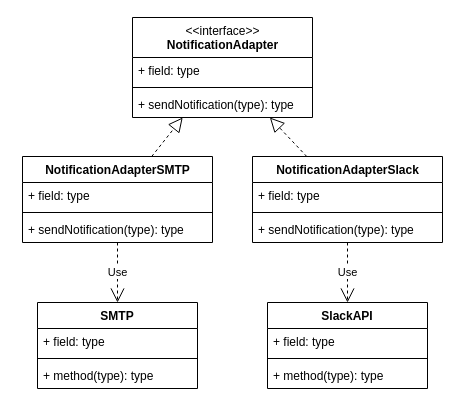
Earlier version of the draw.io diagram page "NotificationAdapterPattern" (6 of 9) of docs/uml_avansdevops.drawio (L-Mustang/avansdevops). Source tidied: cells renumbered, new cells numbered last; positions are measured from the earlier drawing's top-left corner, leaving out a move shared by most shapes. Both pictures are drawn from the tidied source at 100%, with x=0, y=0 at pixel (22, 17).
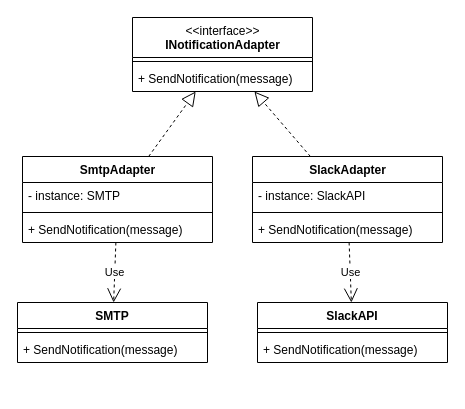
The same page after the edit.

What changed in the source:
```diff
@@
     <mxCell id="2" value="SMTP" style="swimlane;fontStyle=1;align=center;verticalAlign=top;horizontal=1;startSize=26;" parent="1" vertex="1">
-      <mxGeometry x="15" y="285" width="160" height="86" as="geometry" />
+      <mxGeometry x="-5" y="285" width="190" height="60" as="geometry" />
     </mxCell>
-    <mxCell id="3" value="+ field: type" style="text;strokeColor=none;fillColor=none;align=left;verticalAlign=top;spacingLeft=4;spacingRight=4;overflow=hidden;" parent="2" vertex="1">
-      <mxGeometry y="26" width="160" height="26" as="geometry" />
-    </mxCell>
     <mxCell id="4" style="line;strokeWidth=1;fillColor=none;align=left;verticalAlign=middle;spacingTop=-1;spacingLeft=3;spacingRight=3;labelPosition=right;" parent="2" vertex="1">
-      <mxGeometry y="52" width="160" height="8" as="geometry" />
+      <mxGeometry y="26" width="190" height="8" as="geometry" />
     </mxCell>
-    <mxCell id="5" value="+ method(type): type" style="text;strokeColor=none;fillColor=none;align=left;verticalAlign=top;spacingLeft=4;spacingRight=4;overflow=hidden;" parent="2" vertex="1">
-      <mxGeometry y="60" width="160" height="26" as="geometry" />
+    <mxCell id="5" value="+ SendNotification(message)" style="text;strokeColor=none;fillColor=none;align=left;verticalAlign=top;spacingLeft=4;spacingRight=4;overflow=hidden;" parent="2" vertex="1">
+      <mxGeometry y="34" width="190" height="26" as="geometry" />
     </mxCell>
     <mxCell id="6" value="SlackAPI" style="swimlane;fontStyle=1;align=center;verticalAlign=top;horizontal=1;startSize=26;" parent="1" vertex="1">
-      <mxGeometry x="245" y="285" width="160" height="86" as="geometry" />
+      <mxGeometry x="235" y="285" width="190" height="60" as="geometry" />
     </mxCell>
-    <mxCell id="7" value="+ field: type" style="text;strokeColor=none;fillColor=none;align=left;verticalAlign=top;spacingLeft=4;spacingRight=4;overflow=hidden;" parent="6" vertex="1">
-      <mxGeometry y="26" width="160" height="26" as="geometry" />
-    </mxCell>
     <mxCell id="8" style="line;strokeWidth=1;fillColor=none;align=left;verticalAlign=middle;spacingTop=-1;spacingLeft=3;spacingRight=3;labelPosition=right;" parent="6" vertex="1">
-      <mxGeometry y="52" width="160" height="8" as="geometry" />
+      <mxGeometry y="26" width="190" height="8" as="geometry" />
     </mxCell>
-    <mxCell id="9" value="+ method(type): type" style="text;strokeColor=none;fillColor=none;align=left;verticalAlign=top;spacingLeft=4;spacingRight=4;overflow=hidden;" parent="6" vertex="1">
-      <mxGeometry y="60" width="160" height="26" as="geometry" />
+    <mxCell id="9" value="+ SendNotification(message)" style="text;strokeColor=none;fillColor=none;align=left;verticalAlign=top;spacingLeft=4;spacingRight=4;overflow=hidden;" parent="6" vertex="1">
+      <mxGeometry y="34" width="190" height="26" as="geometry" />
     </mxCell>
-    <mxCell id="10" value="&lt;span style=&quot;font-weight: normal&quot;&gt;&amp;lt;&amp;lt;interface&amp;gt;&amp;gt;&lt;br&gt;&lt;/span&gt;NotificationAdapter" style="swimlane;fontStyle=1;align=center;verticalAlign=top;horizontal=1;startSize=40;html=1;" parent="1" vertex="1">
-      <mxGeometry x="110" width="180" height="100" as="geometry" />
+    <mxCell id="10" value="&lt;span style=&quot;font-weight: normal&quot;&gt;&amp;lt;&amp;lt;interface&amp;gt;&amp;gt;&lt;br&gt;&lt;/span&gt;INotificationAdapter" style="swimlane;fontStyle=1;align=center;verticalAlign=top;horizontal=1;startSize=40;html=1;" parent="1" vertex="1">
+      <mxGeometry x="110" width="180" height="74" as="geometry" />
     </mxCell>
-    <mxCell id="11" value="+ field: type" style="text;strokeColor=none;fillColor=none;align=left;verticalAlign=top;spacingLeft=4;spacingRight=4;overflow=hidden;" parent="10" vertex="1">
-      <mxGeometry y="40" width="180" height="26" as="geometry" />
-    </mxCell>
     <mxCell id="12" style="line;strokeWidth=1;fillColor=none;align=left;verticalAlign=middle;spacingTop=-1;spacingLeft=3;spacingRight=3;labelPosition=right;" parent="10" vertex="1">
-      <mxGeometry y="66" width="180" height="8" as="geometry" />
+      <mxGeometry y="40" width="180" height="8" as="geometry" />
     </mxCell>
-    <mxCell id="13" value="+ sendNotification(type): type" style="text;strokeColor=none;fillColor=none;align=left;verticalAlign=top;spacingLeft=4;spacingRight=4;overflow=hidden;" parent="10" vertex="1">
-      <mxGeometry y="74" width="180" height="26" as="geometry" />
+    <mxCell id="13" value="+ SendNotification(message)" style="text;strokeColor=none;fillColor=none;align=left;verticalAlign=top;spacingLeft=4;spacingRight=4;overflow=hidden;" parent="10" vertex="1">
+      <mxGeometry y="48" width="180" height="26" as="geometry" />
     </mxCell>
-    <mxCell id="14" value="NotificationAdapterSlack" style="swimlane;fontStyle=1;align=center;verticalAlign=top;horizontal=1;startSize=26;html=1;" parent="1" vertex="1">
+    <mxCell id="14" value="SlackAdapter" style="swimlane;fontStyle=1;align=center;verticalAlign=top;horizontal=1;startSize=26;html=1;" parent="1" vertex="1">
       <mxGeometry x="230" y="139" width="190" height="86" as="geometry" />
     </mxCell>
-    <mxCell id="15" value="+ field: type" style="text;strokeColor=none;fillColor=none;align=left;verticalAlign=top;spacingLeft=4;spacingRight=4;overflow=hidden;html=1;" parent="14" vertex="1">
+    <mxCell id="15" value="- instance: SlackAPI" style="text;strokeColor=none;fillColor=none;align=left;verticalAlign=top;spacingLeft=4;spacingRight=4;overflow=hidden;html=1;" parent="14" vertex="1">
       <mxGeometry y="26" width="190" height="26" as="geometry" />
     </mxCell>
@@
-    <mxCell id="17" value="+ sendNotification(type): type" style="text;strokeColor=none;fillColor=none;align=left;verticalAlign=top;spacingLeft=4;spacingRight=4;overflow=hidden;html=1;" parent="14" vertex="1">
+    <mxCell id="17" value="+ SendNotification(message)" style="text;strokeColor=none;fillColor=none;align=left;verticalAlign=top;spacingLeft=4;spacingRight=4;overflow=hidden;html=1;" parent="14" vertex="1">
       <mxGeometry y="60" width="190" height="26" as="geometry" />
     </mxCell>
@@
-    <mxCell id="19" value="NotificationAdapterSMTP" style="swimlane;fontStyle=1;align=center;verticalAlign=top;horizontal=1;startSize=26;html=1;" parent="1" vertex="1">
+    <mxCell id="19" value="SmtpAdapter" style="swimlane;fontStyle=1;align=center;verticalAlign=top;horizontal=1;startSize=26;html=1;" parent="1" vertex="1">
       <mxGeometry y="139" width="190" height="86" as="geometry" />
     </mxCell>
-    <mxCell id="20" value="+ field: type" style="text;strokeColor=none;fillColor=none;align=left;verticalAlign=top;spacingLeft=4;spacingRight=4;overflow=hidden;html=1;" parent="19" vertex="1">
+    <mxCell id="20" value="- instance: SMTP" style="text;strokeColor=none;fillColor=none;align=left;verticalAlign=top;spacingLeft=4;spacingRight=4;overflow=hidden;html=1;" parent="19" vertex="1">
       <mxGeometry y="26" width="190" height="26" as="geometry" />
     </mxCell>
@@
-    <mxCell id="22" value="+ sendNotification(type): type" style="text;strokeColor=none;fillColor=none;align=left;verticalAlign=top;spacingLeft=4;spacingRight=4;overflow=hidden;html=1;" parent="19" vertex="1">
+    <mxCell id="22" value="+ SendNotification(message)" style="text;strokeColor=none;fillColor=none;align=left;verticalAlign=top;spacingLeft=4;spacingRight=4;overflow=hidden;html=1;" parent="19" vertex="1">
       <mxGeometry y="60" width="190" height="26" as="geometry" />
     </mxCell>
```
